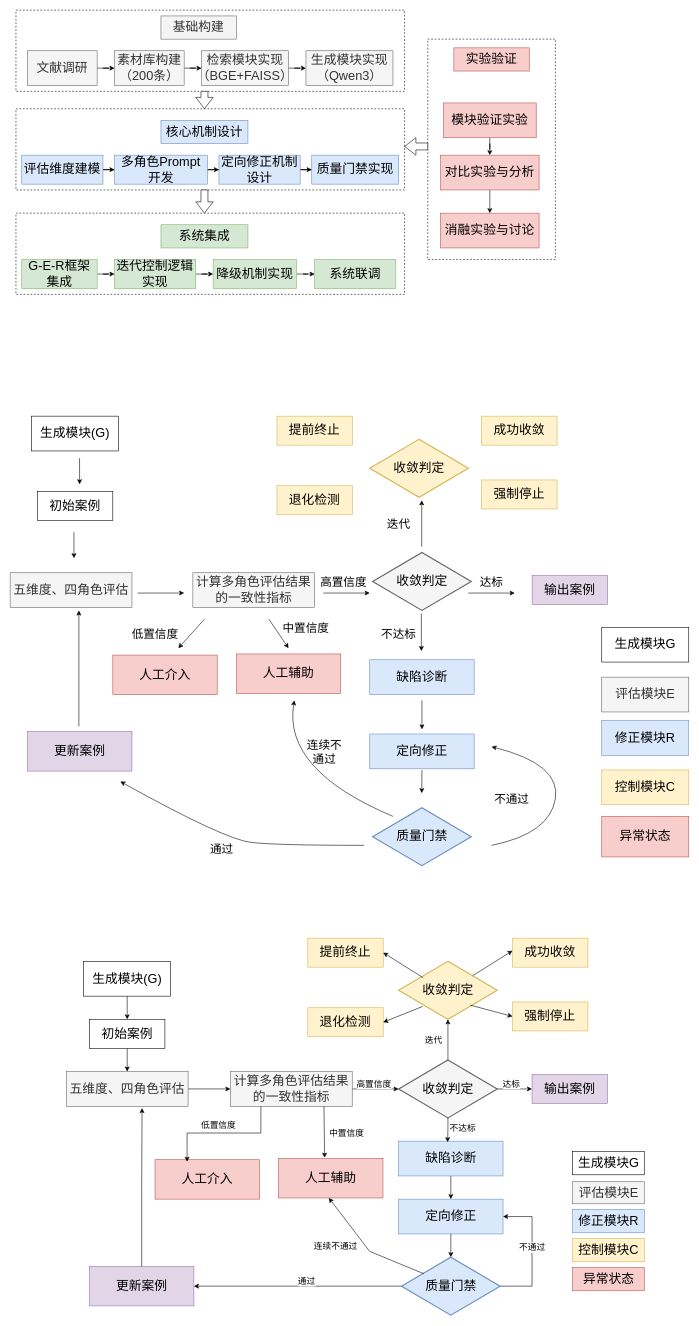
handsome-tony/picture keeps this draw.io diagram as （开题报告3）技术路线图.drawio. Above is the earlier version. Source tidied: cells renumbered, new cells numbered last; positions are measured from the earlier drawing's top-left corner, leaving out a move shared by most shapes. Both pictures are drawn from the tidied source at 58%, with x=0, y=0 at pixel (10, 10).
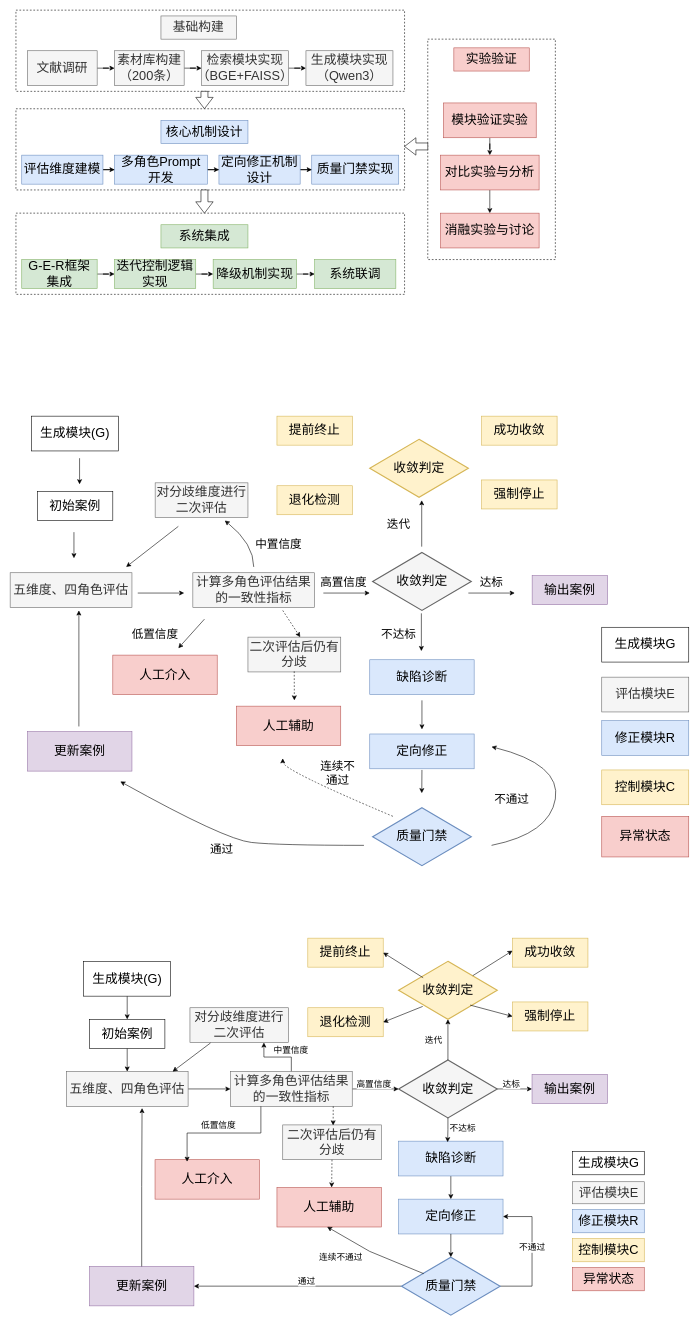
After the change.

Commit message:
更新（开题报告3）技术路线图.drawio

Unchanged cells that the change refers to:
```xml
<mxCell id="88" value="&lt;font style=&quot;font-size: 22px;&quot;&gt;五维度、四角色评估&lt;/font&gt;" style="rounded=0;whiteSpace=wrap;html=1;fillColor=#f5f5f5;fontColor=#333333;strokeColor=#666666;" parent="1" vertex="1">
  <mxGeometry x="96.8" y="1830" width="210" height="60" as="geometry" />
</mxCell>
<mxCell id="93" value="&lt;font style=&quot;font-size: 22px;&quot;&gt;计算多角色评估结果的一致性指标&lt;/font&gt;" style="rounded=0;whiteSpace=wrap;html=1;fillColor=#f5f5f5;fontColor=#333333;strokeColor=#666666;" parent="1" vertex="1">
  <mxGeometry x="379.8" y="1830" width="210" height="60" as="geometry" />
</mxCell>
```

Diff of the diagram source:
```diff
@@
     <mxCell id="62" value="&lt;span style=&quot;font-size: 22px;&quot;&gt;人工辅助&lt;/span&gt;" style="rounded=0;whiteSpace=wrap;html=1;fillColor=#f8cecc;strokeColor=#b85450;" parent="1" vertex="1">
-      <mxGeometry x="390" y="1110" width="180" height="68" as="geometry" />
+      <mxGeometry x="390" y="1200" width="180" height="68" as="geometry" />
     </mxCell>
@@
-    <mxCell id="66" style="endArrow=classic;html=1;rounded=0;" parent="1" edge="1">
-      <mxGeometry relative="1" as="geometry">
-        <mxPoint x="446" y="1050" as="sourcePoint" />
-        <mxPoint x="480" y="1100" as="targetPoint" />
-      </mxGeometry>
-    </mxCell>
     <mxCell id="67" value="&lt;font style=&quot;font-size: 20px;&quot;&gt;中置信度&lt;/font&gt;" style="text;html=1;whiteSpace=wrap;strokeColor=none;fillColor=none;align=center;verticalAlign=middle;rounded=0;" parent="1" vertex="1">
-      <mxGeometry x="460" y="1050" width="100" height="30" as="geometry" />
+      <mxGeometry x="413.2" y="905" width="100" height="30" as="geometry" />
     </mxCell>
-    <mxCell id="68" style="curved=1;endArrow=classic;html=1;rounded=0;" parent="1" edge="1">
+    <mxCell id="68" style="curved=1;endArrow=classic;html=1;rounded=0;dashed=1;" parent="1" edge="1">
       <mxGeometry relative="1" as="geometry">
         <mxPoint x="660" y="1390" as="sourcePoint" />
-        <mxPoint x="490" y="1190" as="targetPoint" />
+        <mxPoint x="470" y="1290" as="targetPoint" />
         <Array as="points">
           <mxPoint x="660" y="1390" />
           <mxPoint x="470" y="1310" />
         </Array>
       </mxGeometry>
     </mxCell>
     <mxCell id="69" value="&lt;font style=&quot;font-size: 20px;&quot;&gt;连续不通过&lt;/font&gt;" style="text;html=1;whiteSpace=wrap;strokeColor=none;fillColor=none;align=center;verticalAlign=middle;rounded=0;" parent="1" vertex="1">
-      <mxGeometry x="507" y="1263" width="70" height="30" as="geometry" />
+      <mxGeometry x="530" y="1300" width="70" height="30" as="geometry" />
     </mxCell>
@@
+    <mxCell id="135" style="edgeStyle=orthogonalEdgeStyle;rounded=0;jettySize=auto;html=1;entryX=0.75;entryY=1;entryDx=0;entryDy=0;" parent="1" edge="1" source="93" target="142">
+      <mxGeometry relative="1" as="geometry" />
+    </mxCell>
@@
     <mxCell id="109" value="&lt;span style=&quot;font-size: 22px;&quot;&gt;人工辅助&lt;/span&gt;" style="rounded=0;whiteSpace=wrap;html=1;fillColor=#f8cecc;strokeColor=#b85450;" parent="1" vertex="1">
-      <mxGeometry x="462.8" y="1980" width="180" height="68" as="geometry" />
+      <mxGeometry x="460" y="2030" width="180" height="68" as="geometry" />
     </mxCell>
@@
-    <mxCell id="114" style="endArrow=classic;html=1;rounded=0;exitX=0.768;exitY=0.996;exitDx=0;exitDy=0;exitPerimeter=0;entryX=0.441;entryY=-0.021;entryDx=0;entryDy=0;entryPerimeter=0;" parent="1" edge="1" source="93" target="109">
-      <mxGeometry relative="1" as="geometry" />
-    </mxCell>
-    <mxCell id="115" value="&lt;font style=&quot;font-size: 15px;&quot;&gt;中置信度&lt;/font&gt;" style="edgeLabel;html=1;align=center;verticalAlign=middle;" parent="114" vertex="1">
-      <mxGeometry x="0.04" relative="1" as="geometry">
-        <mxPoint x="38" as="offset" />
-      </mxGeometry>
-    </mxCell>
@@
+    <mxCell id="136" style="curved=1;endArrow=classic;html=1;rounded=0;" parent="1" edge="1">
+      <mxGeometry relative="1" as="geometry">
+        <mxPoint x="420" y="960" as="sourcePoint" />
+        <mxPoint x="370" y="880" as="targetPoint" />
+        <Array as="points">
+          <mxPoint x="420" y="920" />
+        </Array>
+      </mxGeometry>
+    </mxCell>
+    <mxCell id="137" value="&lt;font style=&quot;font-size: 22px;&quot;&gt;对分歧维度进行二次评估&lt;/font&gt;" style="rounded=0;whiteSpace=wrap;html=1;fillColor=#f5f5f5;fontColor=#333333;strokeColor=#666666;" parent="1" vertex="1">
+      <mxGeometry x="250" y="815" width="160" height="60" as="geometry" />
+    </mxCell>
+    <mxCell id="138" style="endArrow=classic;html=1;rounded=0;" parent="1" edge="1">
+      <mxGeometry relative="1" as="geometry">
+        <mxPoint x="290" y="890" as="sourcePoint" />
+        <mxPoint x="200" y="960" as="targetPoint" />
+      </mxGeometry>
+    </mxCell>
+    <mxCell id="139" value="&lt;font style=&quot;font-size: 22px;&quot;&gt;二次评估后仍有分歧&lt;/font&gt;" style="rounded=0;whiteSpace=wrap;html=1;fillColor=#f5f5f5;fontColor=#333333;strokeColor=#666666;" parent="1" vertex="1">
+      <mxGeometry x="410" y="1081" width="160" height="60" as="geometry" />
+    </mxCell>
+    <mxCell id="140" style="endArrow=classic;html=1;rounded=0;exitX=0.738;exitY=1;exitDx=0;exitDy=0;exitPerimeter=0;entryX=0.563;entryY=0;entryDx=0;entryDy=0;entryPerimeter=0;dashed=1;" parent="1" edge="1" target="139">
+      <mxGeometry relative="1" as="geometry">
+        <mxPoint x="470" y="1035" as="sourcePoint" />
+      </mxGeometry>
+    </mxCell>
+    <mxCell id="141" style="endArrow=classic;html=1;rounded=0;dashed=1;" parent="1" edge="1">
+      <mxGeometry relative="1" as="geometry">
+        <mxPoint x="489.8" y="1140" as="sourcePoint" />
+        <mxPoint x="490" y="1190" as="targetPoint" />
+      </mxGeometry>
+    </mxCell>
+    <mxCell id="142" value="&lt;font style=&quot;font-size: 22px;&quot;&gt;对分歧维度进行二次评估&lt;/font&gt;" style="rounded=0;whiteSpace=wrap;html=1;fillColor=#f5f5f5;fontColor=#333333;strokeColor=#666666;" parent="1" vertex="1">
+      <mxGeometry x="310" y="1720" width="170" height="60" as="geometry" />
+    </mxCell>
+    <mxCell id="143" style="endArrow=classic;html=1;rounded=0;exitX=0.209;exitY=1.011;exitDx=0;exitDy=0;exitPerimeter=0;entryX=0.873;entryY=0;entryDx=0;entryDy=0;entryPerimeter=0;" parent="1" edge="1" source="142" target="88">
+      <mxGeometry relative="1" as="geometry" />
+    </mxCell>
+    <mxCell id="144" value="&lt;font style=&quot;font-size: 22px;&quot;&gt;二次评估后仍有分歧&lt;/font&gt;" style="rounded=0;whiteSpace=wrap;html=1;fillColor=#f5f5f5;fontColor=#333333;strokeColor=#666666;" parent="1" vertex="1">
+      <mxGeometry x="470" y="1922" width="170" height="60" as="geometry" />
+    </mxCell>
+    <mxCell id="145" style="endArrow=classic;html=1;rounded=0;exitX=0.844;exitY=1;exitDx=0;exitDy=0;exitPerimeter=0;entryX=0.511;entryY=0.013;entryDx=0;entryDy=0;entryPerimeter=0;dashed=1;" parent="1" edge="1" source="93" target="144">
+      <mxGeometry relative="1" as="geometry" />
+    </mxCell>
+    <mxCell id="146" style="endArrow=classic;html=1;rounded=0;exitX=0.844;exitY=1;exitDx=0;exitDy=0;exitPerimeter=0;entryX=0.524;entryY=-0.003;entryDx=0;entryDy=0;entryPerimeter=0;dashed=1;" parent="1" edge="1" target="109">
+      <mxGeometry relative="1" as="geometry">
+        <mxPoint x="554.9" y="1982" as="sourcePoint" />
+      </mxGeometry>
+    </mxCell>
+    <mxCell id="115" value="&lt;span style=&quot;font-size: 15px;&quot;&gt;中置信度&lt;/span&gt;" style="edgeLabel;html=1;align=center;verticalAlign=middle;" parent="1" vertex="1">
+      <mxGeometry x="595" y="1840" as="geometry">
+        <mxPoint x="-112" y="-48" as="offset" />
+      </mxGeometry>
+    </mxCell>
```
